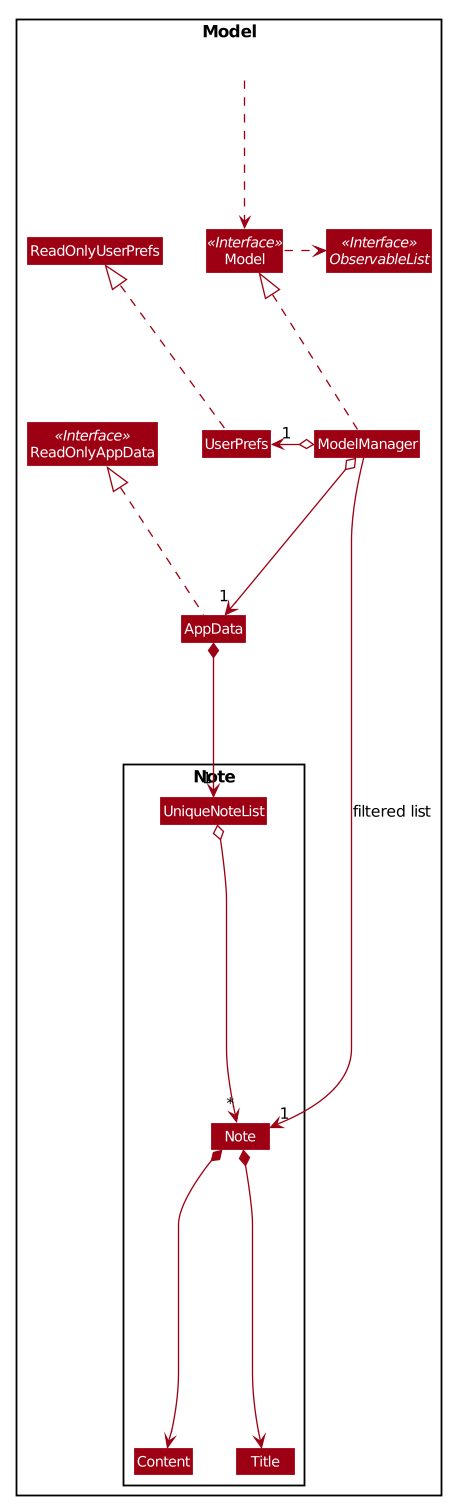
The PlantUML diagram docs/images/ModelClassDiagram.png in nus-cs2103-AY1920S1/addressbook-level3, before a commit.
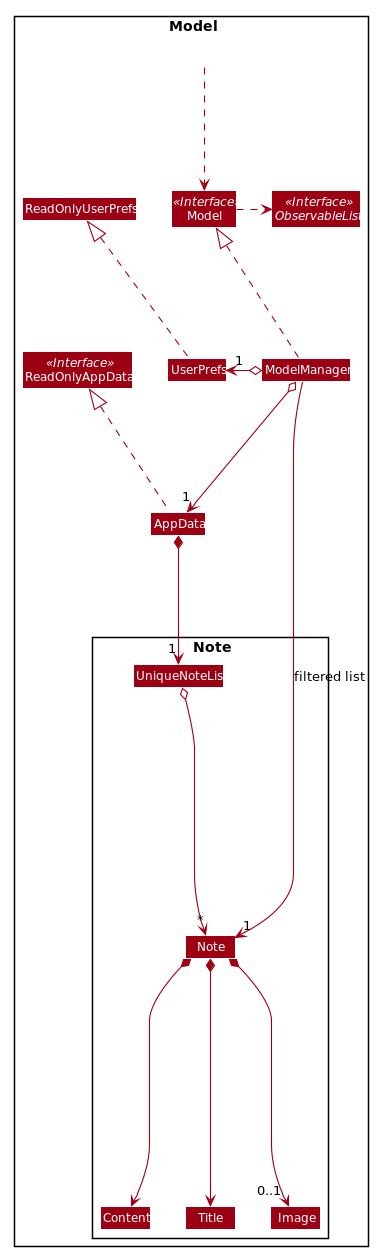
After the commit.

The edit, as a diff of the source:
```diff
@@ -66,6 +66,7 @@
 Class Note
 Class Content
 Class Title
+Class Image
 Class UniqueNoteList
 }
 
@@ -84,6 +85,7 @@
 UniqueNoteList o--> "*" Note
 Note *--> Title
 Note *--> Content
+Note *-->"0..1" Image
 
 ModelManager -->"1" Note : filtered list
 @enduml
```
